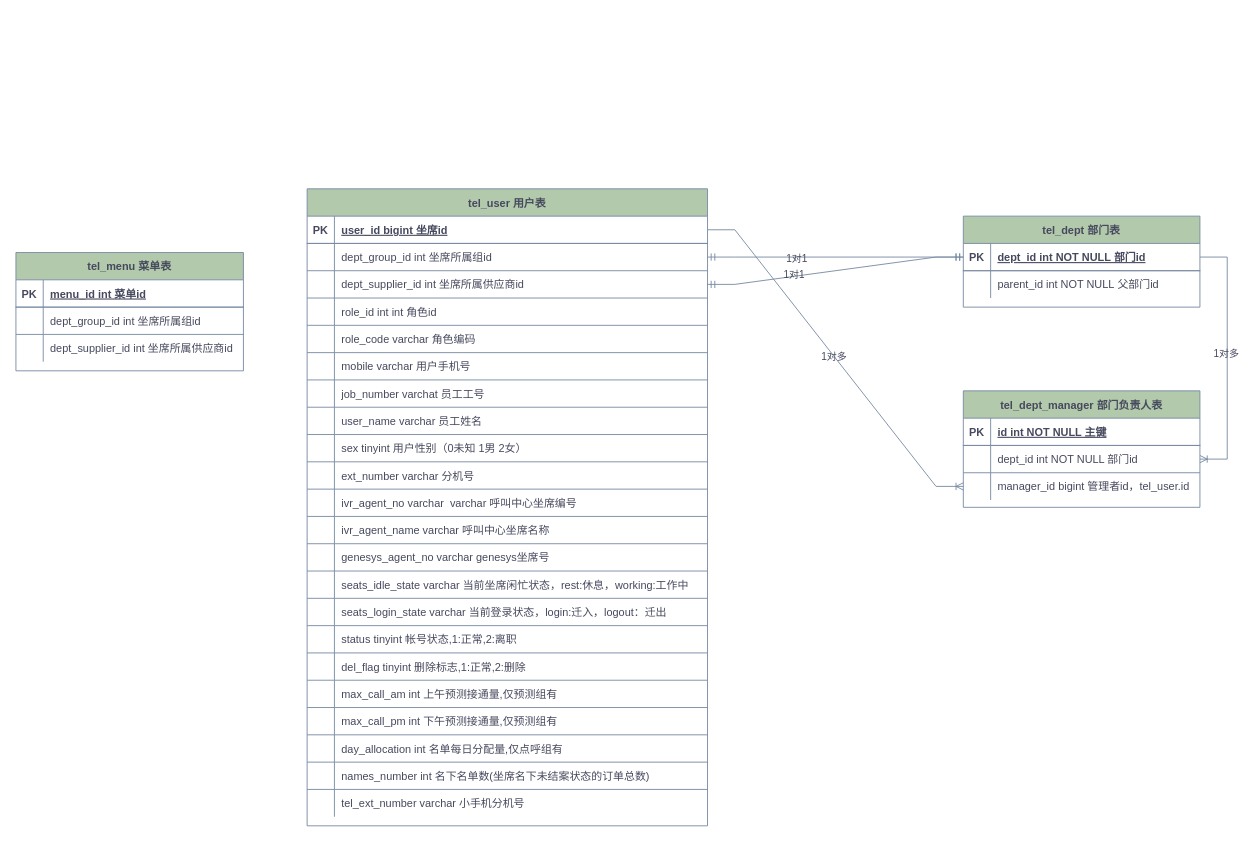
Before: 电销系统ER图.drawio in yuanlj-tea/picgo, a draw.io diagram. Source tidied: cells renumbered, new cells numbered last; positions are measured from the earlier drawing's top-left corner, leaving out a move shared by most shapes. Both pictures are drawn from the tidied source at 91%, with x=0, y=0 at pixel (15, 188).
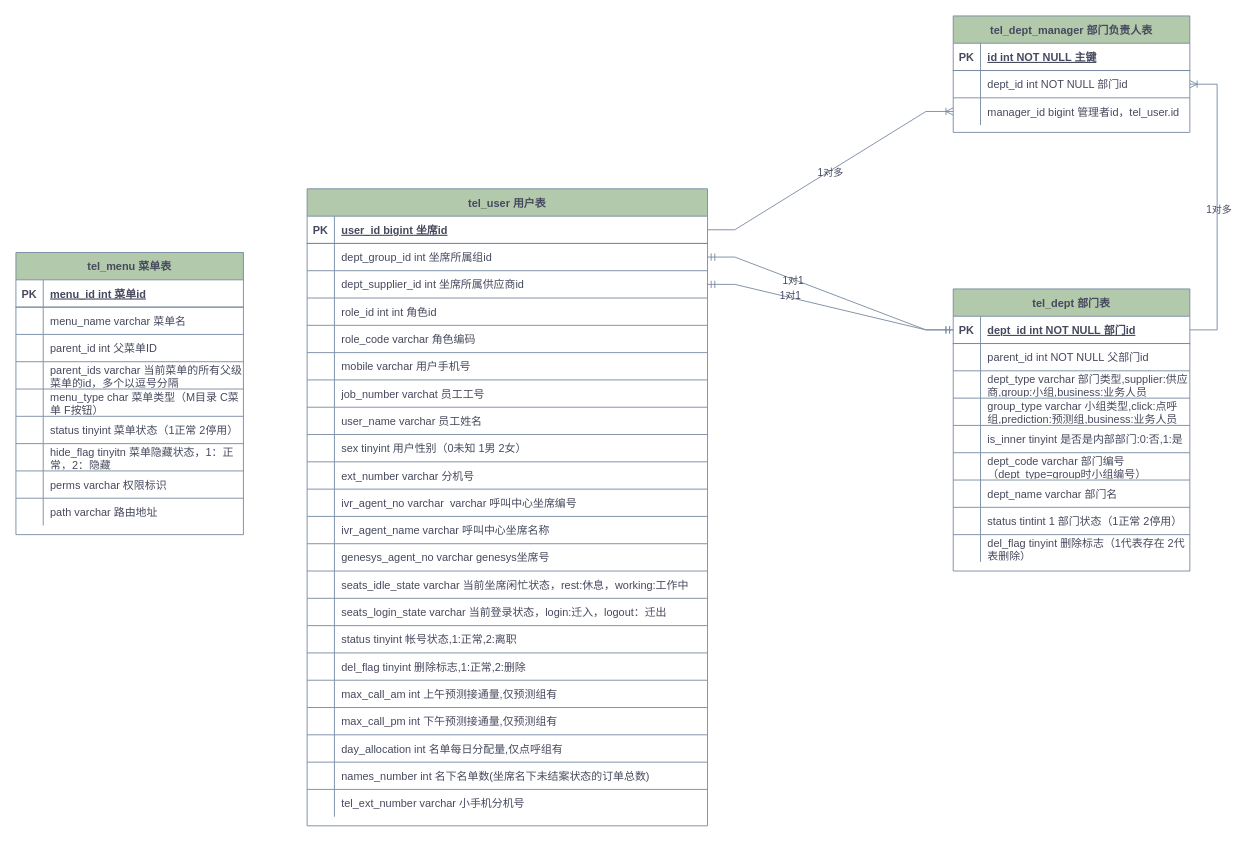
Above is the later version.

Commit message (it also covers changes not shown here):
更新电销系统ER图.drawio

Unchanged cells that the change refers to:
```xml
<mxCell id="3" style="shape=partialRectangle;fillColor=none;points=[[0,0.5],[1,0.5]];portConstraint=eastwest;top=0;left=0;right=0;bottom=1;labelBackgroundColor=none;strokeColor=#788AA3;fontColor=#46495D;" parent="2" vertex="1">
  <mxGeometry y="30" width="260" height="30" as="geometry" />
</mxCell>
<mxCell id="13" style="shape=partialRectangle;fillColor=none;points=[[0,0.5],[1,0.5]];portConstraint=eastwest;top=0;left=0;right=0;bottom=0;labelBackgroundColor=none;strokeColor=#788AA3;fontColor=#46495D;" parent="9" vertex="1">
  <mxGeometry y="60" width="260" height="30" as="geometry" />
</mxCell>
<mxCell id="98" style="shape=partialRectangle;fillColor=none;top=0;left=0;right=0;bottom=0;labelBackgroundColor=none;strokeColor=#788AA3;fontColor=#46495D;" parent="94" vertex="1">
  <mxGeometry y="60" width="250" height="30" as="geometry" />
</mxCell>
<mxCell id="101" style="shape=partialRectangle;fillColor=none;top=0;left=0;right=0;bottom=0;labelBackgroundColor=none;strokeColor=#788AA3;fontColor=#46495D;" parent="94" vertex="1">
  <mxGeometry y="90" width="250" height="30" as="geometry" />
</mxCell>
```

What changed in the source:
```diff
@@
     <mxCell id="2" value="tel_dept 部门表" style="shape=table;startSize=30;childLayout=tableLayout;rowLines=1;fontStyle=1;align=center;labelBackgroundColor=none;fillColor=#B2C9AB;strokeColor=#788AA3;fontColor=#46495D;" parent="1" vertex="1">
-      <mxGeometry x="1041.1" y="30" width="260" height="100" as="geometry" />
+      <mxGeometry x="1030" y="110" width="260" height="310" as="geometry" />
     </mxCell>
@@
+    <mxCell id="104" style="shape=partialRectangle;fillColor=none;top=0;left=0;right=0;bottom=0;labelBackgroundColor=none;strokeColor=#788AA3;fontColor=#46495D;" parent="2" vertex="1">
+      <mxGeometry y="90" width="260" height="30" as="geometry" />
+    </mxCell>
+    <mxCell id="105" style="shape=partialRectangle;overflow=hidden;fillColor=none;top=0;left=0;bottom=0;right=0;labelBackgroundColor=none;strokeColor=#788AA3;fontColor=#46495D;" parent="104" vertex="1">
+      <mxGeometry width="30" height="30" as="geometry" />
+    </mxCell>
+    <mxCell id="106" value="dept_type varchar 部门类型,supplier:供应商,group:小组,business:业务人员" style="shape=partialRectangle;overflow=hidden;fillColor=none;top=0;left=0;bottom=0;right=0;align=left;spacingLeft=6;labelBackgroundColor=none;strokeColor=#788AA3;fontColor=#46495D;whiteSpace=wrap;" parent="104" vertex="1">
+      <mxGeometry x="30" width="230" height="30" as="geometry" />
+    </mxCell>
+    <mxCell id="107" style="shape=partialRectangle;fillColor=none;top=0;left=0;right=0;bottom=0;labelBackgroundColor=none;strokeColor=#788AA3;fontColor=#46495D;" parent="2" vertex="1">
+      <mxGeometry y="120" width="260" height="30" as="geometry" />
+    </mxCell>
+    <mxCell id="108" style="shape=partialRectangle;overflow=hidden;fillColor=none;top=0;left=0;bottom=0;right=0;labelBackgroundColor=none;strokeColor=#788AA3;fontColor=#46495D;" parent="107" vertex="1">
+      <mxGeometry width="30" height="30" as="geometry" />
+    </mxCell>
+    <mxCell id="109" value="group_type varchar 小组类型,click:点呼组,prediction:预测组,business:业务人员" style="shape=partialRectangle;overflow=hidden;fillColor=none;top=0;left=0;bottom=0;right=0;align=left;spacingLeft=6;labelBackgroundColor=none;strokeColor=#788AA3;fontColor=#46495D;whiteSpace=wrap;" parent="107" vertex="1">
+      <mxGeometry x="30" width="230" height="30" as="geometry" />
+    </mxCell>
+    <mxCell id="110" style="shape=partialRectangle;fillColor=none;top=0;left=0;right=0;bottom=0;labelBackgroundColor=none;strokeColor=#788AA3;fontColor=#46495D;" parent="2" vertex="1">
+      <mxGeometry y="150" width="260" height="30" as="geometry" />
+    </mxCell>
+    <mxCell id="111" style="shape=partialRectangle;overflow=hidden;fillColor=none;top=0;left=0;bottom=0;right=0;labelBackgroundColor=none;strokeColor=#788AA3;fontColor=#46495D;" parent="110" vertex="1">
+      <mxGeometry width="30" height="30" as="geometry" />
+    </mxCell>
+    <mxCell id="112" value="is_inner tinyint 是否是内部部门:0:否,1:是" style="shape=partialRectangle;overflow=hidden;fillColor=none;top=0;left=0;bottom=0;right=0;align=left;spacingLeft=6;labelBackgroundColor=none;strokeColor=#788AA3;fontColor=#46495D;" parent="110" vertex="1">
+      <mxGeometry x="30" width="230" height="30" as="geometry" />
+    </mxCell>
+    <mxCell id="113" style="shape=partialRectangle;fillColor=none;top=0;left=0;right=0;bottom=0;labelBackgroundColor=none;strokeColor=#788AA3;fontColor=#46495D;" parent="2" vertex="1">
+      <mxGeometry y="180" width="260" height="30" as="geometry" />
+    </mxCell>
+    <mxCell id="114" style="shape=partialRectangle;overflow=hidden;fillColor=none;top=0;left=0;bottom=0;right=0;labelBackgroundColor=none;strokeColor=#788AA3;fontColor=#46495D;" parent="113" vertex="1">
+      <mxGeometry width="30" height="30" as="geometry" />
+    </mxCell>
+    <mxCell id="115" value="dept_code varchar 部门编号（dept_type=group时小组编号）" style="shape=partialRectangle;overflow=hidden;fillColor=none;top=0;left=0;bottom=0;right=0;align=left;spacingLeft=6;labelBackgroundColor=none;strokeColor=#788AA3;fontColor=#46495D;whiteSpace=wrap;" parent="113" vertex="1">
+      <mxGeometry x="30" width="230" height="30" as="geometry" />
+    </mxCell>
+    <mxCell id="116" style="shape=partialRectangle;fillColor=none;top=0;left=0;right=0;bottom=0;labelBackgroundColor=none;strokeColor=#788AA3;fontColor=#46495D;" parent="2" vertex="1">
+      <mxGeometry y="210" width="260" height="30" as="geometry" />
+    </mxCell>
+    <mxCell id="117" style="shape=partialRectangle;overflow=hidden;fillColor=none;top=0;left=0;bottom=0;right=0;labelBackgroundColor=none;strokeColor=#788AA3;fontColor=#46495D;" parent="116" vertex="1">
+      <mxGeometry width="30" height="30" as="geometry" />
+    </mxCell>
+    <mxCell id="118" value="dept_name varchar 部门名" style="shape=partialRectangle;overflow=hidden;fillColor=none;top=0;left=0;bottom=0;right=0;align=left;spacingLeft=6;labelBackgroundColor=none;strokeColor=#788AA3;fontColor=#46495D;" parent="116" vertex="1">
+      <mxGeometry x="30" width="230" height="30" as="geometry" />
+    </mxCell>
+    <mxCell id="119" style="shape=partialRectangle;fillColor=none;top=0;left=0;right=0;bottom=0;labelBackgroundColor=none;strokeColor=#788AA3;fontColor=#46495D;" parent="2" vertex="1">
+      <mxGeometry y="240" width="260" height="30" as="geometry" />
+    </mxCell>
+    <mxCell id="120" style="shape=partialRectangle;overflow=hidden;fillColor=none;top=0;left=0;bottom=0;right=0;labelBackgroundColor=none;strokeColor=#788AA3;fontColor=#46495D;" parent="119" vertex="1">
+      <mxGeometry width="30" height="30" as="geometry" />
+    </mxCell>
+    <mxCell id="121" value="status tintint 1 部门状态（1正常 2停用）" style="shape=partialRectangle;overflow=hidden;fillColor=none;top=0;left=0;bottom=0;right=0;align=left;spacingLeft=6;labelBackgroundColor=none;strokeColor=#788AA3;fontColor=#46495D;" parent="119" vertex="1">
+      <mxGeometry x="30" width="230" height="30" as="geometry" />
+    </mxCell>
+    <mxCell id="122" style="shape=partialRectangle;fillColor=none;top=0;left=0;right=0;bottom=0;labelBackgroundColor=none;strokeColor=#788AA3;fontColor=#46495D;" parent="2" vertex="1">
+      <mxGeometry y="270" width="260" height="30" as="geometry" />
+    </mxCell>
+    <mxCell id="123" style="shape=partialRectangle;overflow=hidden;fillColor=none;top=0;left=0;bottom=0;right=0;labelBackgroundColor=none;strokeColor=#788AA3;fontColor=#46495D;" parent="122" vertex="1">
+      <mxGeometry width="30" height="30" as="geometry" />
+    </mxCell>
+    <mxCell id="124" value="del_flag tinyint 删除标志（1代表存在 2代表删除）" style="shape=partialRectangle;overflow=hidden;fillColor=none;top=0;left=0;bottom=0;right=0;align=left;spacingLeft=6;labelBackgroundColor=none;strokeColor=#788AA3;fontColor=#46495D;whiteSpace=wrap;" parent="122" vertex="1">
+      <mxGeometry x="30" width="230" height="30" as="geometry" />
+    </mxCell>
     <mxCell id="9" value="tel_dept_manager 部门负责人表" style="shape=table;startSize=30;childLayout=tableLayout;rowLines=1;fontStyle=1;align=center;labelBackgroundColor=none;fillColor=#B2C9AB;strokeColor=#788AA3;fontColor=#46495D;" parent="1" vertex="1">
-      <mxGeometry x="1041.1" y="222" width="260" height="128" as="geometry" />
+      <mxGeometry x="1030" y="-190" width="260" height="128" as="geometry" />
     </mxCell>
@@
-    <mxCell id="90" style="edgeStyle=entityRelationEdgeStyle;fontSize=12;html=1;endArrow=ERoneToMany;rounded=0;exitX=1;exitY=0.5;exitDx=0;exitDy=0;entryX=1;entryY=0.5;entryDx=0;entryDy=0;labelBackgroundColor=none;strokeColor=#788AA3;fontColor=default;" parent="1" edge="1" source="3" target="13">
-      <mxGeometry relative="1" as="geometry" />
-    </mxCell>
-    <mxCell id="91" value="1对多" style="edgeLabel;html=1;align=center;verticalAlign=middle;labelBackgroundColor=none;fontColor=#46495D;" parent="90" vertex="1">
-      <mxGeometry x="-0.04" y="-2" relative="1" as="geometry" />
-    </mxCell>
@@
     <mxCell id="94" value="tel_menu 菜单表" style="shape=table;startSize=30;childLayout=tableLayout;rowLines=1;fontStyle=1;align=center;labelBackgroundColor=none;fillColor=#B2C9AB;strokeColor=#788AA3;fontColor=#46495D;" parent="1" vertex="1">
-      <mxGeometry y="70" width="250" height="130" as="geometry" />
+      <mxGeometry y="70" width="250" height="310" as="geometry" />
     </mxCell>
@@
-    <mxCell id="100" value="dept_group_id int 坐席所属组id" style="shape=partialRectangle;overflow=hidden;fillColor=none;top=0;left=0;bottom=0;right=0;align=left;spacingLeft=6;labelBackgroundColor=none;strokeColor=#788AA3;fontColor=#46495D;" parent="98" vertex="1">
+    <mxCell id="100" value="menu_name varchar 菜单名" style="shape=partialRectangle;overflow=hidden;fillColor=none;top=0;left=0;bottom=0;right=0;align=left;spacingLeft=6;labelBackgroundColor=none;strokeColor=#788AA3;fontColor=#46495D;" parent="98" vertex="1">
       <mxGeometry x="30" width="220" height="30" as="geometry" />
     </mxCell>
@@
-    <mxCell id="103" value="dept_supplier_id int 坐席所属供应商id" style="shape=partialRectangle;overflow=hidden;fillColor=none;top=0;left=0;bottom=0;right=0;align=left;spacingLeft=6;labelBackgroundColor=none;strokeColor=#788AA3;fontColor=#46495D;" parent="101" vertex="1">
+    <mxCell id="103" value="parent_id int 父菜单ID" style="shape=partialRectangle;overflow=hidden;fillColor=none;top=0;left=0;bottom=0;right=0;align=left;spacingLeft=6;labelBackgroundColor=none;strokeColor=#788AA3;fontColor=#46495D;" parent="101" vertex="1">
       <mxGeometry x="30" width="220" height="30" as="geometry" />
     </mxCell>
+    <mxCell id="125" style="shape=partialRectangle;fillColor=none;top=0;left=0;right=0;bottom=0;labelBackgroundColor=none;strokeColor=#788AA3;fontColor=#46495D;" parent="94" vertex="1">
+      <mxGeometry y="120" width="250" height="30" as="geometry" />
+    </mxCell>
+    <mxCell id="126" style="shape=partialRectangle;overflow=hidden;fillColor=none;top=0;left=0;bottom=0;right=0;labelBackgroundColor=none;strokeColor=#788AA3;fontColor=#46495D;" parent="125" vertex="1">
+      <mxGeometry width="30" height="30" as="geometry" />
+    </mxCell>
+    <mxCell id="127" value="parent_ids varchar 当前菜单的所有父级菜单的id，多个以逗号分隔" style="shape=partialRectangle;overflow=hidden;fillColor=none;top=0;left=0;bottom=0;right=0;align=left;spacingLeft=6;labelBackgroundColor=none;strokeColor=#788AA3;fontColor=#46495D;whiteSpace=wrap;" parent="125" vertex="1">
+      <mxGeometry x="30" width="220" height="30" as="geometry" />
+    </mxCell>
+    <mxCell id="128" style="shape=partialRectangle;fillColor=none;top=0;left=0;right=0;bottom=0;labelBackgroundColor=none;strokeColor=#788AA3;fontColor=#46495D;" parent="94" vertex="1">
+      <mxGeometry y="150" width="250" height="30" as="geometry" />
+    </mxCell>
+    <mxCell id="129" style="shape=partialRectangle;overflow=hidden;fillColor=none;top=0;left=0;bottom=0;right=0;labelBackgroundColor=none;strokeColor=#788AA3;fontColor=#46495D;" parent="128" vertex="1">
+      <mxGeometry width="30" height="30" as="geometry" />
+    </mxCell>
+    <mxCell id="130" value="menu_type char 菜单类型（M目录 C菜单 F按钮）" style="shape=partialRectangle;overflow=hidden;fillColor=none;top=0;left=0;bottom=0;right=0;align=left;spacingLeft=6;labelBackgroundColor=none;strokeColor=#788AA3;fontColor=#46495D;whiteSpace=wrap;" parent="128" vertex="1">
+      <mxGeometry x="30" width="220" height="30" as="geometry" />
+    </mxCell>
+    <mxCell id="131" style="shape=partialRectangle;fillColor=none;top=0;left=0;right=0;bottom=0;labelBackgroundColor=none;strokeColor=#788AA3;fontColor=#46495D;" parent="94" vertex="1">
+      <mxGeometry y="180" width="250" height="30" as="geometry" />
+    </mxCell>
+    <mxCell id="132" style="shape=partialRectangle;overflow=hidden;fillColor=none;top=0;left=0;bottom=0;right=0;labelBackgroundColor=none;strokeColor=#788AA3;fontColor=#46495D;" parent="131" vertex="1">
+      <mxGeometry width="30" height="30" as="geometry" />
+    </mxCell>
+    <mxCell id="133" value="status tinyint 菜单状态（1正常 2停用）" style="shape=partialRectangle;overflow=hidden;fillColor=none;top=0;left=0;bottom=0;right=0;align=left;spacingLeft=6;labelBackgroundColor=none;strokeColor=#788AA3;fontColor=#46495D;" parent="131" vertex="1">
+      <mxGeometry x="30" width="220" height="30" as="geometry" />
+    </mxCell>
+    <mxCell id="134" style="shape=partialRectangle;fillColor=none;top=0;left=0;right=0;bottom=0;labelBackgroundColor=none;strokeColor=#788AA3;fontColor=#46495D;" parent="94" vertex="1">
+      <mxGeometry y="210" width="250" height="30" as="geometry" />
+    </mxCell>
+    <mxCell id="135" style="shape=partialRectangle;overflow=hidden;fillColor=none;top=0;left=0;bottom=0;right=0;labelBackgroundColor=none;strokeColor=#788AA3;fontColor=#46495D;" parent="134" vertex="1">
+      <mxGeometry width="30" height="30" as="geometry" />
+    </mxCell>
+    <mxCell id="136" value="hide_flag tinyitn 菜单隐藏状态，1：正常，2：隐藏" style="shape=partialRectangle;overflow=hidden;fillColor=none;top=0;left=0;bottom=0;right=0;align=left;spacingLeft=6;labelBackgroundColor=none;strokeColor=#788AA3;fontColor=#46495D;whiteSpace=wrap;" parent="134" vertex="1">
+      <mxGeometry x="30" width="220" height="30" as="geometry" />
+    </mxCell>
+    <mxCell id="137" style="shape=partialRectangle;fillColor=none;top=0;left=0;right=0;bottom=0;labelBackgroundColor=none;strokeColor=#788AA3;fontColor=#46495D;" parent="94" vertex="1">
+      <mxGeometry y="240" width="250" height="30" as="geometry" />
+    </mxCell>
+    <mxCell id="138" style="shape=partialRectangle;overflow=hidden;fillColor=none;top=0;left=0;bottom=0;right=0;labelBackgroundColor=none;strokeColor=#788AA3;fontColor=#46495D;" parent="137" vertex="1">
+      <mxGeometry width="30" height="30" as="geometry" />
+    </mxCell>
+    <mxCell id="139" value="perms varchar 权限标识" style="shape=partialRectangle;overflow=hidden;fillColor=none;top=0;left=0;bottom=0;right=0;align=left;spacingLeft=6;labelBackgroundColor=none;strokeColor=#788AA3;fontColor=#46495D;" parent="137" vertex="1">
+      <mxGeometry x="30" width="220" height="30" as="geometry" />
+    </mxCell>
+    <mxCell id="140" style="shape=partialRectangle;fillColor=none;top=0;left=0;right=0;bottom=0;labelBackgroundColor=none;strokeColor=#788AA3;fontColor=#46495D;" parent="94" vertex="1">
+      <mxGeometry y="270" width="250" height="30" as="geometry" />
+    </mxCell>
+    <mxCell id="141" style="shape=partialRectangle;overflow=hidden;fillColor=none;top=0;left=0;bottom=0;right=0;labelBackgroundColor=none;strokeColor=#788AA3;fontColor=#46495D;" parent="140" vertex="1">
+      <mxGeometry width="30" height="30" as="geometry" />
+    </mxCell>
+    <mxCell id="142" value="path varchar 路由地址" style="shape=partialRectangle;overflow=hidden;fillColor=none;top=0;left=0;bottom=0;right=0;align=left;spacingLeft=6;labelBackgroundColor=none;strokeColor=#788AA3;fontColor=#46495D;" parent="140" vertex="1">
+      <mxGeometry x="30" width="220" height="30" as="geometry" />
+    </mxCell>
+    <mxCell id="90" style="edgeStyle=entityRelationEdgeStyle;fontSize=12;html=1;endArrow=ERoneToMany;rounded=0;exitX=1;exitY=0.5;exitDx=0;exitDy=0;entryX=1;entryY=0.5;entryDx=0;entryDy=0;labelBackgroundColor=none;strokeColor=#788AA3;fontColor=default;" parent="1" edge="1" source="3" target="13">
+      <mxGeometry relative="1" as="geometry">
+        <Array as="points">
+          <mxPoint x="1330" y="30" />
+          <mxPoint x="1330" y="30" />
+          <mxPoint x="1340" y="30" />
+          <mxPoint x="1330" y="20" />
+          <mxPoint x="1330" y="20" />
+          <mxPoint x="1330" y="20" />
+          <mxPoint x="1340" y="50" />
+          <mxPoint x="1301" y="30" />
+          <mxPoint x="1340" y="20" />
+          <mxPoint x="680" y="365" />
+          <mxPoint x="1350" y="30" />
+          <mxPoint x="1330" y="30" />
+          <mxPoint x="840" y="455" />
+          <mxPoint x="670" y="405" />
+          <mxPoint x="1100" y="555" />
+          <mxPoint x="810" y="475" />
+          <mxPoint x="680" y="455" />
+          <mxPoint x="890" y="405" />
+        </Array>
+      </mxGeometry>
+    </mxCell>
+    <mxCell id="91" value="1对多" style="edgeLabel;html=1;align=center;verticalAlign=middle;labelBackgroundColor=none;fontColor=#46495D;" parent="90" vertex="1">
+      <mxGeometry x="-0.01" y="-1" relative="1" as="geometry" />
+    </mxCell>
```
